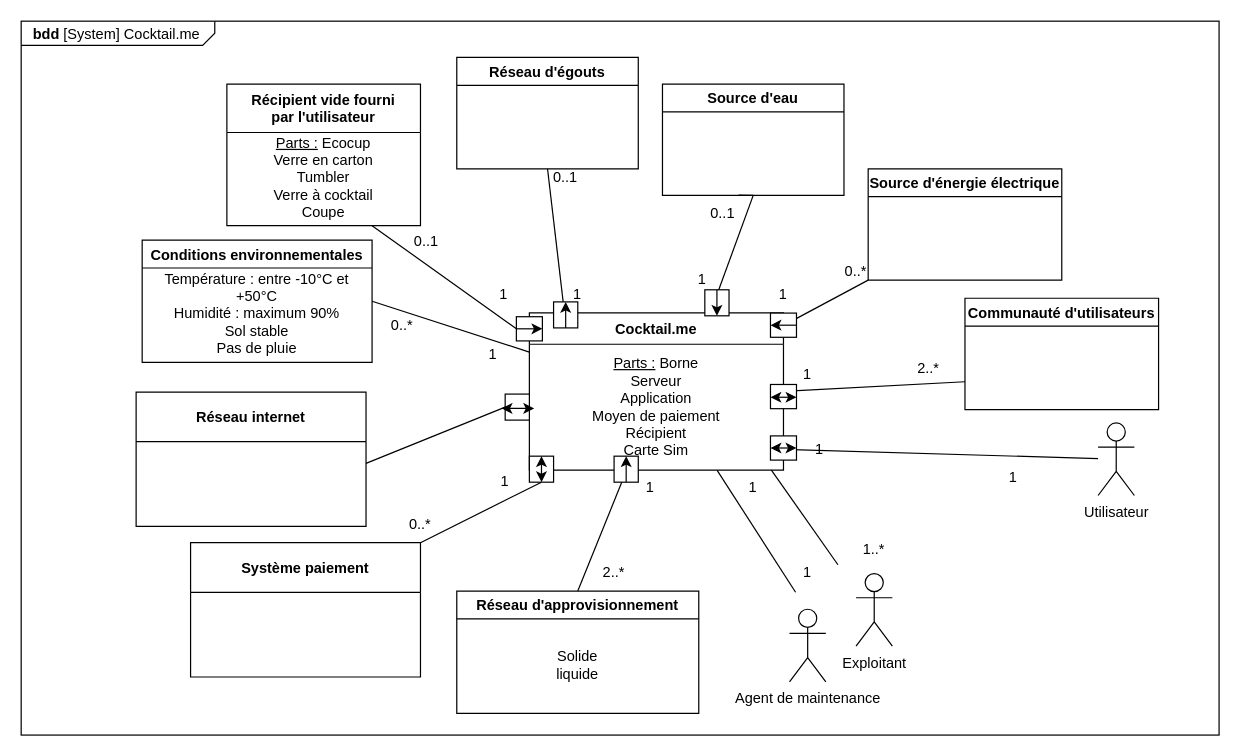
Above: page "Contexte organique 28/04" (2 of 14) of borneCocktailP22.drawio in mbricogn/TN29-MBSE (draw.io), before the change. Source tidied: cells renumbered, new cells numbered last; positions are measured from the earlier drawing's top-left corner, leaving out a move shared by most shapes. Both pictures are drawn from the tidied source at 121%, with x=0, y=0 at pixel (21, 21).
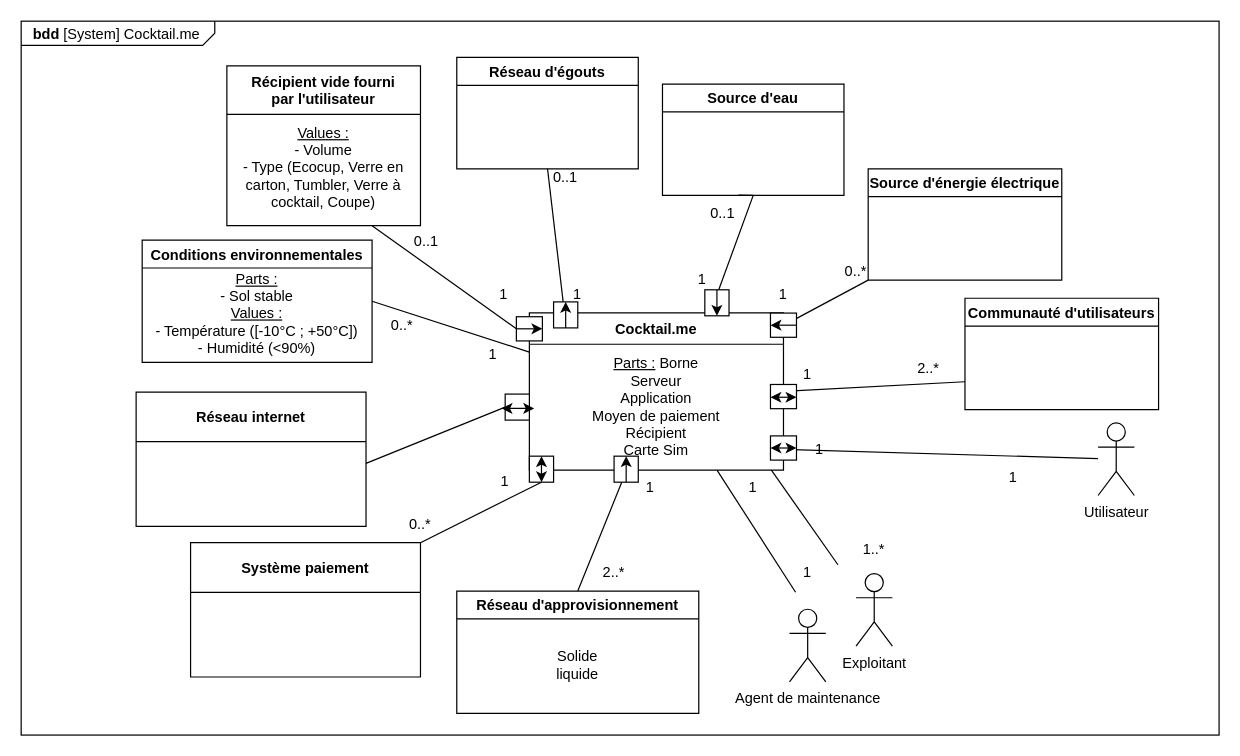
Above is the later version.

Unchanged cells that the change refers to:
```xml
<mxCell id="30" value="Conditions environnementales" style="swimlane;" parent="1" vertex="1">
  <mxGeometry x="100" y="181" width="190" height="101" as="geometry" />
</mxCell>
```

Change to the diagram source:
```diff
@@
-    <mxCell id="9" value="Récipient vide fourni &#10;par l'utilisateur" style="swimlane;startSize=40;" parent="1" vertex="1">
-      <mxGeometry x="170" y="52" width="160" height="117" as="geometry" />
+    <mxCell id="9" value="Récipient vide fourni &#10;par l'utilisateur" style="swimlane;startSize=40;fontStyle=1;" parent="1" vertex="1">
+      <mxGeometry x="170" y="37" width="160" height="132" as="geometry" />
     </mxCell>
-    <mxCell id="10" value="&lt;div&gt;&lt;u&gt;Parts :&lt;/u&gt; Ecocup&lt;/div&gt;&lt;div&gt;Verre en carton&lt;/div&gt;&lt;div&gt;Tumbler&lt;/div&gt;&lt;div&gt;Verre à cocktail&lt;/div&gt;&lt;div&gt;Coupe&lt;/div&gt;" style="text;html=1;strokeColor=none;fillColor=none;align=center;verticalAlign=middle;whiteSpace=wrap;rounded=0;" parent="9" vertex="1">
-      <mxGeometry y="37" width="160" height="80" as="geometry" />
+    <mxCell id="10" value="&lt;div&gt;&lt;u&gt;Values :&lt;/u&gt; &lt;br&gt;&lt;/div&gt;&lt;div&gt;- Volume&lt;/div&gt;&lt;div&gt;- Type (Ecocup, Verre en carton, Tumbler, Verre à cocktail, Coupe)&lt;br&gt;&lt;/div&gt;" style="text;html=1;strokeColor=none;fillColor=none;align=center;verticalAlign=middle;whiteSpace=wrap;rounded=0;" parent="9" vertex="1">
+      <mxGeometry y="37" width="160" height="93" as="geometry" />
     </mxCell>
@@
-    <mxCell id="31" value="&lt;div&gt;Température : entre -10°C et +50°C&lt;br&gt;&lt;/div&gt;&lt;div&gt;Humidité : maximum 90%&lt;br&gt;&lt;/div&gt;&lt;div&gt;Sol stable&lt;br&gt;&lt;/div&gt;&lt;div&gt;Pas de pluie&lt;br&gt;&lt;/div&gt;" style="text;html=1;strokeColor=none;fillColor=none;align=center;verticalAlign=middle;whiteSpace=wrap;rounded=0;" parent="30" vertex="1">
+    <mxCell id="31" value="&lt;div&gt;&lt;u&gt;Parts :&lt;/u&gt;&lt;/div&gt;&lt;div&gt;- Sol stable&lt;br&gt;&lt;/div&gt;&lt;div&gt;&lt;u&gt;Values :&lt;/u&gt;&lt;/div&gt;&lt;div&gt;- Température ([-10°C ; +50°C])&lt;br&gt;&lt;/div&gt;&lt;div&gt;- Humidité (&amp;lt;90%)&lt;br&gt;&lt;/div&gt;" style="text;html=1;strokeColor=none;fillColor=none;align=center;verticalAlign=middle;whiteSpace=wrap;rounded=0;" parent="30" vertex="1">
       <mxGeometry y="21" width="190" height="79" as="geometry" />
     </mxCell>
```
